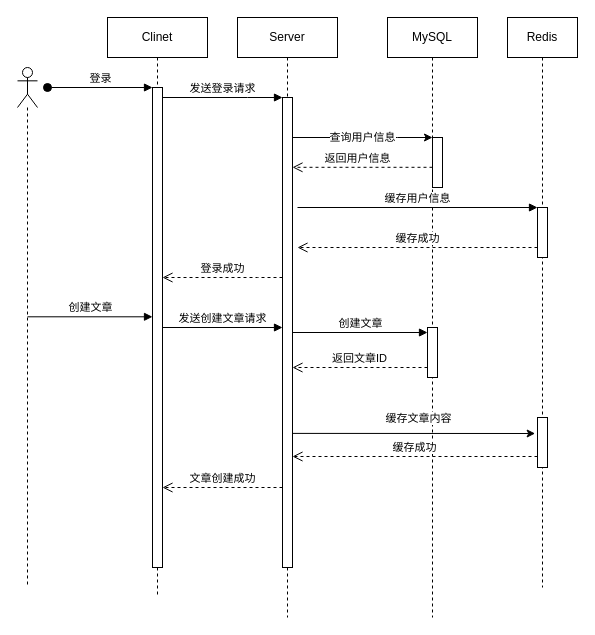
Before: 字节/Untitled Diagram.drawio in even1113/--, a draw.io diagram. Source tidied: cells renumbered, new cells numbered last; positions are measured from the earlier drawing's top-left corner, leaving out a move shared by most shapes. Both pictures are drawn from the tidied source at 100%, with x=0, y=0 at pixel (17, 17).
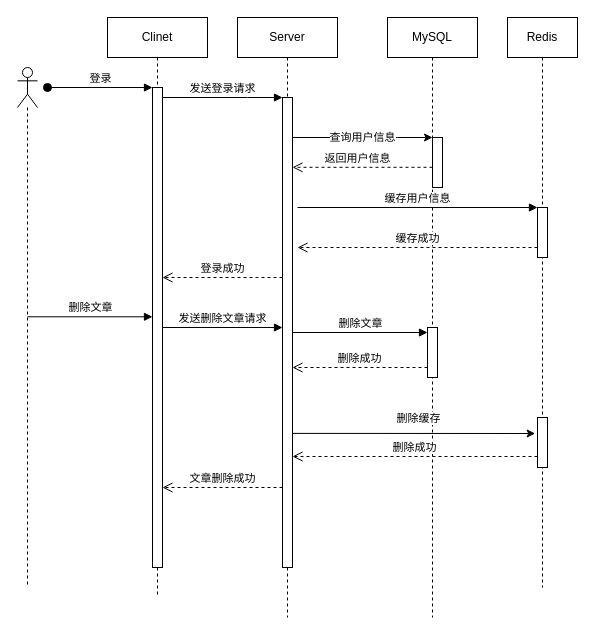
The same page after the edit.

Unchanged cells that the change refers to:
```xml
<mxCell id="3" style="html=1;points=[];perimeter=orthogonalPerimeter;outlineConnect=0;targetShapes=umlLifeline;portConstraint=eastwest;newEdgeStyle={&quot;edgeStyle&quot;:&quot;elbowEdgeStyle&quot;,&quot;elbow&quot;:&quot;vertical&quot;,&quot;curved&quot;:0,&quot;rounded&quot;:0};" parent="2" vertex="1">
  <mxGeometry x="45" y="70" width="10" height="480" as="geometry" />
</mxCell>
<mxCell id="5" style="html=1;points=[];perimeter=orthogonalPerimeter;outlineConnect=0;targetShapes=umlLifeline;portConstraint=eastwest;newEdgeStyle={&quot;edgeStyle&quot;:&quot;elbowEdgeStyle&quot;,&quot;elbow&quot;:&quot;vertical&quot;,&quot;curved&quot;:0,&quot;rounded&quot;:0};" parent="4" vertex="1">
  <mxGeometry x="45" y="80" width="10" height="470" as="geometry" />
</mxCell>
<mxCell id="10" style="html=1;points=[[0,0,0,0,5],[0,1,0,0,-5],[1,0,0,0,5],[1,1,0,0,-5]];perimeter=orthogonalPerimeter;outlineConnect=0;targetShapes=umlLifeline;portConstraint=eastwest;newEdgeStyle={&quot;curved&quot;:0,&quot;rounded&quot;:0};" parent="8" vertex="1">
  <mxGeometry x="40" y="310" width="10" height="50" as="geometry" />
</mxCell>
<mxCell id="15" style="html=1;points=[];perimeter=orthogonalPerimeter;" parent="13" vertex="1">
  <mxGeometry x="30" y="400" width="10" height="50" as="geometry" />
</mxCell>
<mxCell id="22" style="edgeStyle=elbowEdgeStyle;rounded=0;jettySize=auto;html=1;elbow=vertical;curved=0;entryX=-0.236;entryY=0.318;entryDx=0;entryDy=0;entryPerimeter=0;" parent="1" edge="1" target="15">
  <mxGeometry relative="1" as="geometry">
    <mxPoint x="275" y="415.9" as="sourcePoint" />
  </mxGeometry>
</mxCell>
```

What changed in the source:
```diff
@@
-    <mxCell id="20" value="创建文章" style="html=1;verticalAlign=bottom;endArrow=block;curved=0;rounded=0;" parent="1" edge="1" target="3">
+    <mxCell id="20" value="删除文章" style="html=1;verticalAlign=bottom;endArrow=block;curved=0;rounded=0;" parent="1" edge="1" target="3">
       <mxGeometry relative="1" as="geometry">
         <mxPoint x="10" y="299.3" as="sourcePoint" />
         <Array as="points">
           <mxPoint x="10" y="299.3" />
         </Array>
       </mxGeometry>
     </mxCell>
-    <mxCell id="21" value="发送创建文章请求" style="html=1;verticalAlign=bottom;endArrow=block;curved=0;rounded=0;" parent="1" edge="1" source="3" target="5">
+    <mxCell id="21" value="发送删除文章请求" style="html=1;verticalAlign=bottom;endArrow=block;curved=0;rounded=0;" parent="1" edge="1" source="3" target="5">
       <mxGeometry relative="1" as="geometry" />
     </mxCell>
@@
-    <mxCell id="23" value="缓存文章内容" style="edgeLabel;html=1;align=center;verticalAlign=middle;" parent="22" vertex="1">
+    <mxCell id="23" value="删除缓存" style="edgeLabel;html=1;align=center;verticalAlign=middle;" parent="22" vertex="1">
       <mxGeometry x="-0.11" y="5" relative="1" as="geometry">
         <mxPoint x="18" y="-11" as="offset" />
       </mxGeometry>
     </mxCell>
-    <mxCell id="24" value="缓存成功" style="html=1;verticalAlign=bottom;endArrow=open;dashed=1;endSize=8;curved=0;rounded=0;" parent="1" edge="1" source="15">
+    <mxCell id="24" value="删除成功" style="html=1;verticalAlign=bottom;endArrow=open;dashed=1;endSize=8;curved=0;rounded=0;" parent="1" edge="1" source="15">
       <mxGeometry relative="1" as="geometry">
         <mxPoint x="275" y="439" as="targetPoint" />
       </mxGeometry>
     </mxCell>
-    <mxCell id="25" value="文章创建成功" style="html=1;verticalAlign=bottom;endArrow=open;dashed=1;endSize=8;curved=0;rounded=0;" parent="1" edge="1">
+    <mxCell id="25" value="文章删除成功" style="html=1;verticalAlign=bottom;endArrow=open;dashed=1;endSize=8;curved=0;rounded=0;" parent="1" edge="1">
       <mxGeometry relative="1" as="geometry">
         <mxPoint x="265" y="470" as="sourcePoint" />
         <mxPoint x="145" y="470" as="targetPoint" />
       </mxGeometry>
     </mxCell>
-    <mxCell id="26" value="创建文章" style="html=1;verticalAlign=bottom;endArrow=block;curved=0;rounded=0;" parent="1" edge="1" source="5" target="10">
+    <mxCell id="26" value="删除文章" style="html=1;verticalAlign=bottom;endArrow=block;curved=0;rounded=0;" parent="1" edge="1" source="5" target="10">
       <mxGeometry relative="1" as="geometry" />
     </mxCell>
-    <mxCell id="27" value="返回文章ID" style="html=1;verticalAlign=bottom;endArrow=open;dashed=1;endSize=8;curved=0;rounded=0;" parent="1" edge="1" target="5">
+    <mxCell id="27" value="删除成功" style="html=1;verticalAlign=bottom;endArrow=open;dashed=1;endSize=8;curved=0;rounded=0;" parent="1" edge="1" target="5">
       <mxGeometry relative="1" as="geometry">
         <mxPoint x="410" y="350" as="sourcePoint" />
       </mxGeometry>
     </mxCell>
```
